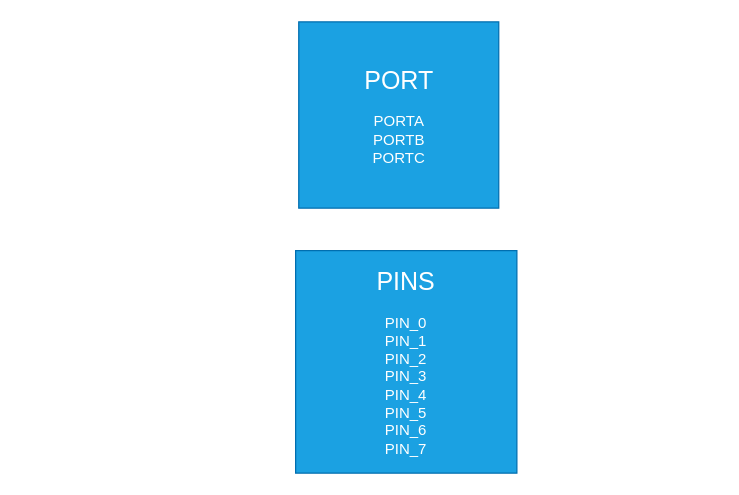
Above: page "GPIO_defenitions" (2 of 3) of MCAL_LAYER/GPIO_MODULE/GPIO_FLOWCHART.dio in mahmoud-eid2025/Sprint-1-project (draw.io), before the change. Source tidied: cells renumbered, new cells numbered last; positions are measured from the earlier drawing's top-left corner, leaving out a move shared by most shapes. Both pictures are drawn from the tidied source at 125%, with x=0, y=0 at pixel (295, 21).
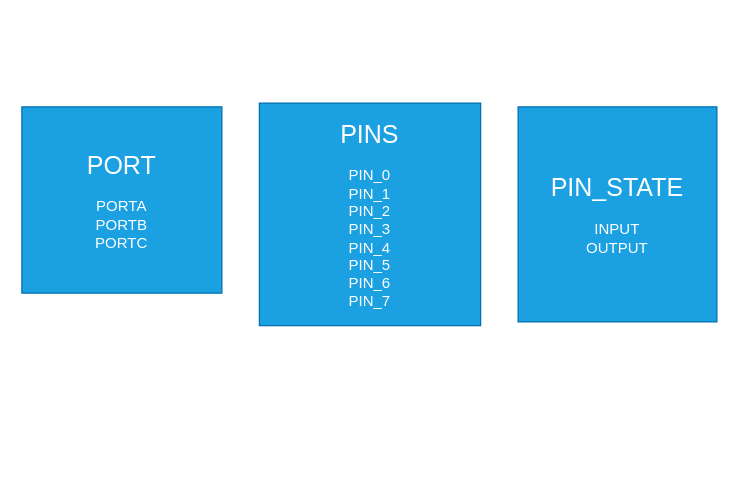
The same diagram, later.

Diff of the diagram source:
```diff
@@
 <mxGraphModel background="#ffffff">
   <root>
     <mxCell id="0" />
     <mxCell id="1" parent="0" />
     <mxCell id="2" value="&lt;font style=&quot;font-size: 20px&quot;&gt;PORT&lt;br&gt;&lt;/font&gt;&lt;br style=&quot;font-size: 15px&quot;&gt;PORTA&lt;br&gt;PORTB&lt;br&gt;PORTC" style="rounded=0;whiteSpace=wrap;html=1;fillColor=#1ba1e2;fontColor=#ffffff;strokeColor=#006EAF;" parent="1" vertex="1">
-      <mxGeometry x="2.5" width="160" height="149" as="geometry" />
+      <mxGeometry x="-219" y="68" width="160" height="149" as="geometry" />
     </mxCell>
     <mxCell id="3" value="&lt;font style=&quot;font-size: 20px&quot;&gt;PINS&lt;br&gt;&lt;/font&gt;&lt;br style=&quot;font-size: 15px&quot;&gt;PIN_0&lt;br&gt;PIN_1&lt;br&gt;PIN_2&lt;br&gt;PIN_3&lt;br&gt;PIN_4&lt;br&gt;PIN_5&lt;br&gt;PIN_6&lt;br&gt;PIN_7" style="rounded=0;whiteSpace=wrap;html=1;fillColor=#1ba1e2;fontColor=#ffffff;strokeColor=#006EAF;" parent="1" vertex="1">
-      <mxGeometry y="183" width="177" height="178" as="geometry" />
+      <mxGeometry x="-29" y="65" width="177" height="178" as="geometry" />
     </mxCell>
+    <mxCell id="4" value="&lt;font style=&quot;font-size: 20px&quot;&gt;PIN_STATE&lt;br&gt;&lt;/font&gt;&lt;br style=&quot;font-size: 15px&quot;&gt;INPUT&lt;br&gt;OUTPUT" style="rounded=0;whiteSpace=wrap;html=1;fillColor=#1ba1e2;fontColor=#ffffff;strokeColor=#006EAF;" parent="1" vertex="1">
+      <mxGeometry x="178" y="68" width="159" height="172" as="geometry" />
+    </mxCell>
   </root>
 </mxGraphModel>
```
